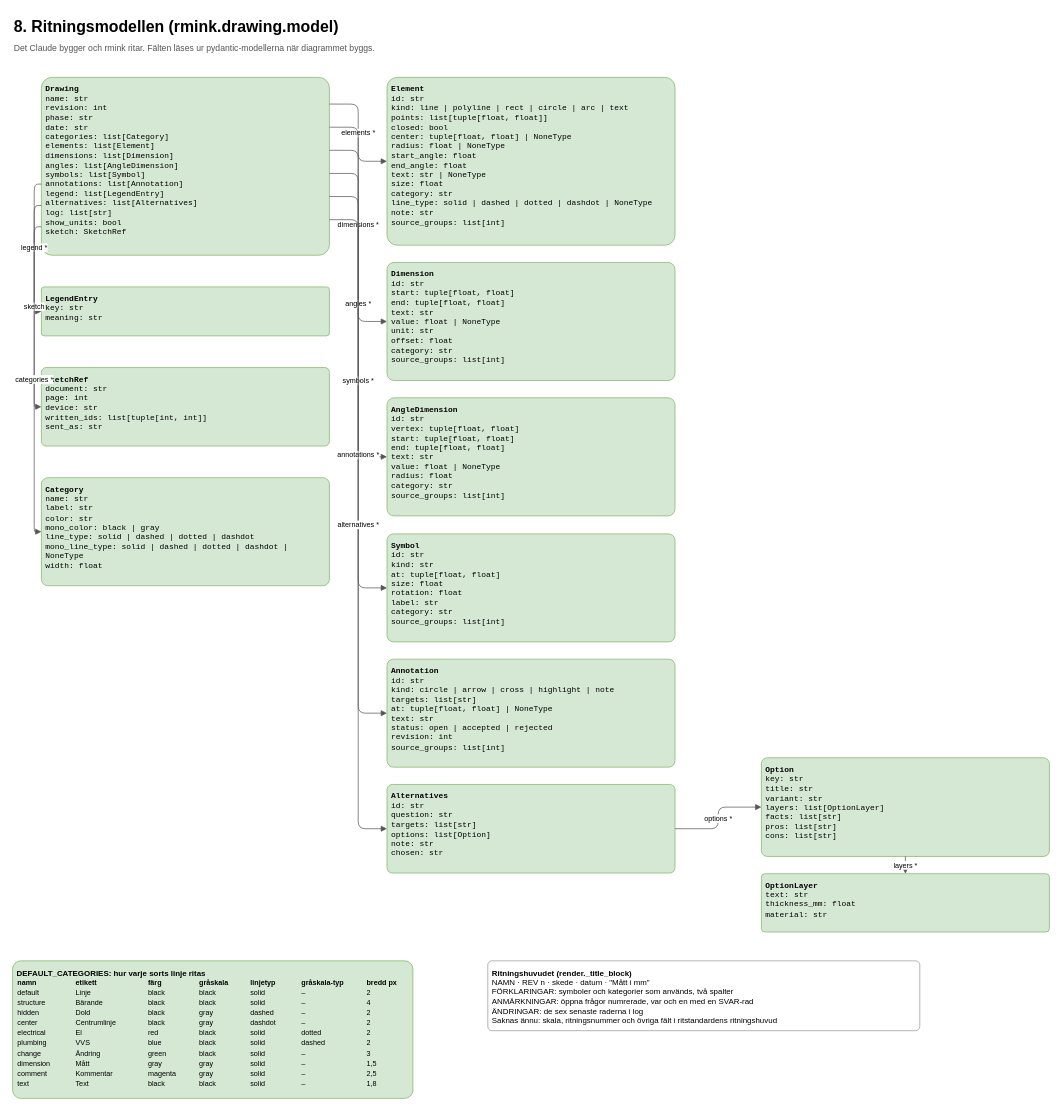
Earlier version of the draw.io diagram docs/diagrams/08-ritningsmodellen.drawio (thagvall/rmink). Source tidied: cells renumbered, new cells numbered last; positions are measured from the earlier drawing's top-left corner, leaving out a move shared by most shapes. Both pictures are drawn from the tidied source at 72%, with x=0, y=0 at pixel (12, 12).
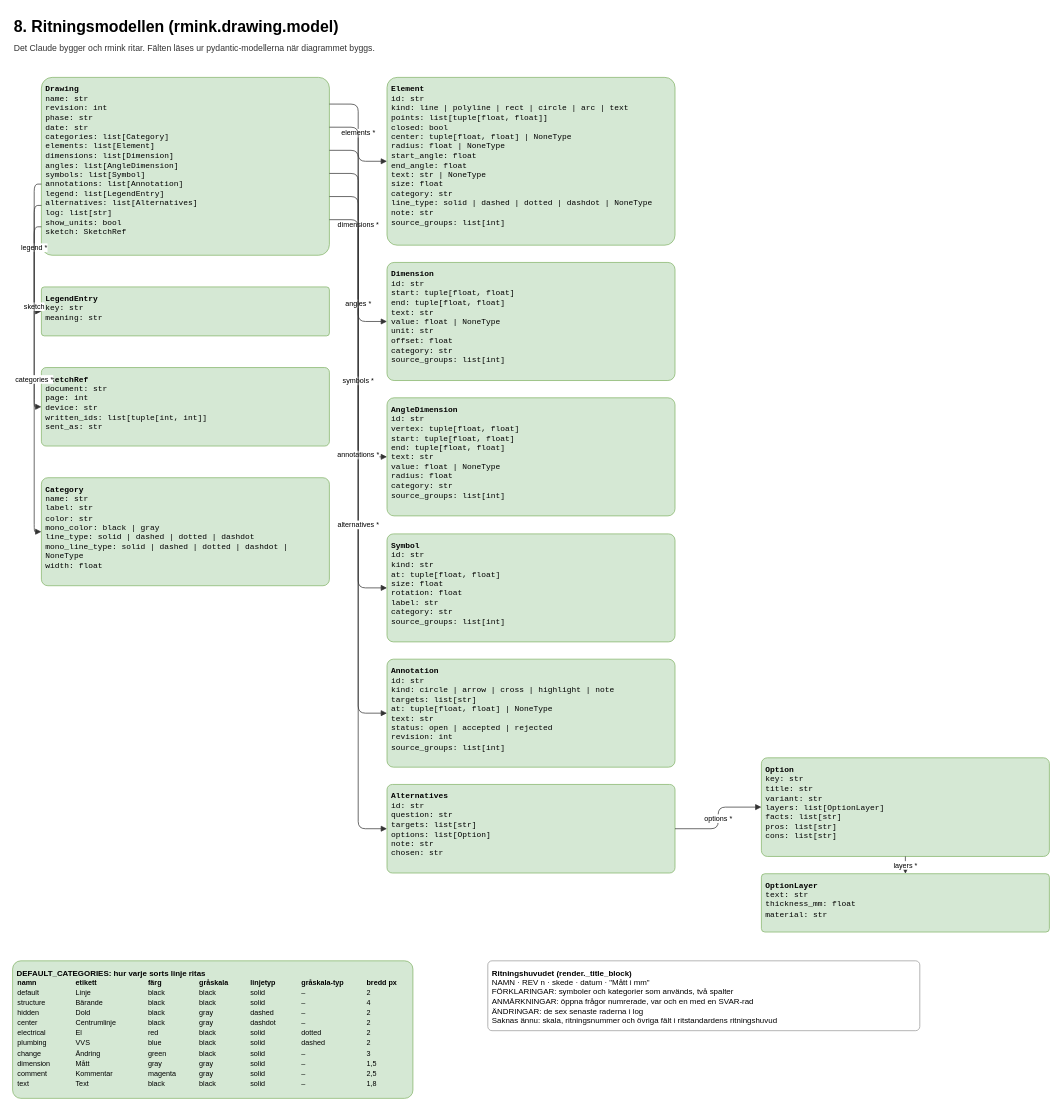
The same diagram, later.

The change refers to these unchanged cells:
```xml
<mxCell id="4" value="&lt;b&gt;Drawing&lt;/b&gt;&lt;br&gt;name: str&lt;br&gt;revision: int&lt;br&gt;phase: str&lt;br&gt;date: str&lt;br&gt;categories: list[Category]&lt;br&gt;elements: list[Element]&lt;br&gt;dimensions: list[Dimension]&lt;br&gt;angles: list[AngleDimension]&lt;br&gt;symbols: list[Symbol]&lt;br&gt;annotations: list[Annotation]&lt;br&gt;legend: list[LegendEntry]&lt;br&gt;alternatives: list[Alternatives]&lt;br&gt;log: list[str]&lt;br&gt;show_units: bool&lt;br&gt;sketch: SketchRef" style="rounded=1;arcSize=6;whiteSpace=wrap;html=1;fillColor=#d5e8d4;strokeColor=#82b366;fontFamily=Helvetica;fontSize=11;align=left;verticalAlign=top;spacing=6;fontFamily=Courier New;" parent="1" vertex="1">
  <mxGeometry x="40" y="90" width="400" height="247" as="geometry" />
</mxCell>
<mxCell id="5" value="&lt;b&gt;LegendEntry&lt;/b&gt;&lt;br&gt;key: str&lt;br&gt;meaning: str" style="rounded=1;arcSize=6;whiteSpace=wrap;html=1;fillColor=#d5e8d4;strokeColor=#82b366;fontFamily=Helvetica;fontSize=11;align=left;verticalAlign=top;spacing=6;fontFamily=Courier New;" parent="1" vertex="1">
  <mxGeometry x="40" y="381" width="400" height="68" as="geometry" />
</mxCell>
<mxCell id="6" value="&lt;b&gt;SketchRef&lt;/b&gt;&lt;br&gt;document: str&lt;br&gt;page: int&lt;br&gt;device: str&lt;br&gt;written_ids: list[tuple[int, int]]&lt;br&gt;sent_as: str" style="rounded=1;arcSize=6;whiteSpace=wrap;html=1;fillColor=#d5e8d4;strokeColor=#82b366;fontFamily=Helvetica;fontSize=11;align=left;verticalAlign=top;spacing=6;fontFamily=Courier New;" parent="1" vertex="1">
  <mxGeometry x="40" y="493" width="400" height="109" as="geometry" />
</mxCell>
<mxCell id="7" value="&lt;b&gt;Category&lt;/b&gt;&lt;br&gt;name: str&lt;br&gt;label: str&lt;br&gt;color: str&lt;br&gt;mono_color: black | gray&lt;br&gt;line_type: solid | dashed | dotted | dashdot&lt;br&gt;mono_line_type: solid | dashed | dotted | dashdot | NoneType&lt;br&gt;width: float" style="rounded=1;arcSize=6;whiteSpace=wrap;html=1;fillColor=#d5e8d4;strokeColor=#82b366;fontFamily=Helvetica;fontSize=11;align=left;verticalAlign=top;spacing=6;fontFamily=Courier New;" parent="1" vertex="1">
  <mxGeometry x="40" y="646" width="400" height="150" as="geometry" />
</mxCell>
<mxCell id="8" value="&lt;b&gt;Element&lt;/b&gt;&lt;br&gt;id: str&lt;br&gt;kind: line | polyline | rect | circle | arc | text&lt;br&gt;points: list[tuple[float, float]]&lt;br&gt;closed: bool&lt;br&gt;center: tuple[float, float] | NoneType&lt;br&gt;radius: float | NoneType&lt;br&gt;start_angle: float&lt;br&gt;end_angle: float&lt;br&gt;text: str | NoneType&lt;br&gt;size: float&lt;br&gt;category: str&lt;br&gt;line_type: solid | dashed | dotted | dashdot | NoneType&lt;br&gt;note: str&lt;br&gt;source_groups: list[int]" style="rounded=1;arcSize=6;whiteSpace=wrap;html=1;fillColor=#d5e8d4;strokeColor=#82b366;fontFamily=Helvetica;fontSize=11;align=left;verticalAlign=top;spacing=6;fontFamily=Courier New;" parent="1" vertex="1">
  <mxGeometry x="520" y="90" width="400" height="233" as="geometry" />
</mxCell>
<mxCell id="9" value="&lt;b&gt;Dimension&lt;/b&gt;&lt;br&gt;id: str&lt;br&gt;start: tuple[float, float]&lt;br&gt;end: tuple[float, float]&lt;br&gt;text: str&lt;br&gt;value: float | NoneType&lt;br&gt;unit: str&lt;br&gt;offset: float&lt;br&gt;category: str&lt;br&gt;source_groups: list[int]" style="rounded=1;arcSize=6;whiteSpace=wrap;html=1;fillColor=#d5e8d4;strokeColor=#82b366;fontFamily=Helvetica;fontSize=11;align=left;verticalAlign=top;spacing=6;fontFamily=Courier New;" parent="1" vertex="1">
  <mxGeometry x="520" y="347" width="400" height="164" as="geometry" />
</mxCell>
<mxCell id="10" value="&lt;b&gt;AngleDimension&lt;/b&gt;&lt;br&gt;id: str&lt;br&gt;vertex: tuple[float, float]&lt;br&gt;start: tuple[float, float]&lt;br&gt;end: tuple[float, float]&lt;br&gt;text: str&lt;br&gt;value: float | NoneType&lt;br&gt;radius: float&lt;br&gt;category: str&lt;br&gt;source_groups: list[int]" style="rounded=1;arcSize=6;whiteSpace=wrap;html=1;fillColor=#d5e8d4;strokeColor=#82b366;fontFamily=Helvetica;fontSize=11;align=left;verticalAlign=top;spacing=6;fontFamily=Courier New;" parent="1" vertex="1">
  <mxGeometry x="520" y="535" width="400" height="164" as="geometry" />
</mxCell>
<mxCell id="11" value="&lt;b&gt;Symbol&lt;/b&gt;&lt;br&gt;id: str&lt;br&gt;kind: str&lt;br&gt;at: tuple[float, float]&lt;br&gt;size: float&lt;br&gt;rotation: float&lt;br&gt;label: str&lt;br&gt;category: str&lt;br&gt;source_groups: list[int]" style="rounded=1;arcSize=6;whiteSpace=wrap;html=1;fillColor=#d5e8d4;strokeColor=#82b366;fontFamily=Helvetica;fontSize=11;align=left;verticalAlign=top;spacing=6;fontFamily=Courier New;" parent="1" vertex="1">
  <mxGeometry x="520" y="724" width="400" height="150" as="geometry" />
</mxCell>
<mxCell id="12" value="&lt;b&gt;Annotation&lt;/b&gt;&lt;br&gt;id: str&lt;br&gt;kind: circle | arrow | cross | highlight | note&lt;br&gt;targets: list[str]&lt;br&gt;at: tuple[float, float] | NoneType&lt;br&gt;text: str&lt;br&gt;status: open | accepted | rejected&lt;br&gt;revision: int&lt;br&gt;source_groups: list[int]" style="rounded=1;arcSize=6;whiteSpace=wrap;html=1;fillColor=#d5e8d4;strokeColor=#82b366;fontFamily=Helvetica;fontSize=11;align=left;verticalAlign=top;spacing=6;fontFamily=Courier New;" parent="1" vertex="1">
  <mxGeometry x="520" y="898" width="400" height="150" as="geometry" />
</mxCell>
<mxCell id="13" value="&lt;b&gt;Alternatives&lt;/b&gt;&lt;br&gt;id: str&lt;br&gt;question: str&lt;br&gt;targets: list[str]&lt;br&gt;options: list[Option]&lt;br&gt;note: str&lt;br&gt;chosen: str" style="rounded=1;arcSize=6;whiteSpace=wrap;html=1;fillColor=#d5e8d4;strokeColor=#82b366;fontFamily=Helvetica;fontSize=11;align=left;verticalAlign=top;spacing=6;fontFamily=Courier New;" parent="1" vertex="1">
  <mxGeometry x="520" y="1072" width="400" height="123" as="geometry" />
</mxCell>
<mxCell id="14" value="&lt;b&gt;Option&lt;/b&gt;&lt;br&gt;key: str&lt;br&gt;title: str&lt;br&gt;variant: str&lt;br&gt;layers: list[OptionLayer]&lt;br&gt;facts: list[str]&lt;br&gt;pros: list[str]&lt;br&gt;cons: list[str]" style="rounded=1;arcSize=6;whiteSpace=wrap;html=1;fillColor=#d5e8d4;strokeColor=#82b366;fontFamily=Helvetica;fontSize=11;align=left;verticalAlign=top;spacing=6;fontFamily=Courier New;" parent="1" vertex="1">
  <mxGeometry x="1040" y="1035" width="400" height="137" as="geometry" />
</mxCell>
<mxCell id="15" value="&lt;b&gt;OptionLayer&lt;/b&gt;&lt;br&gt;text: str&lt;br&gt;thickness_mm: float&lt;br&gt;material: str" style="rounded=1;arcSize=6;whiteSpace=wrap;html=1;fillColor=#d5e8d4;strokeColor=#82b366;fontFamily=Helvetica;fontSize=11;align=left;verticalAlign=top;spacing=6;fontFamily=Courier New;" parent="1" vertex="1">
  <mxGeometry x="1040" y="1196" width="400" height="81" as="geometry" />
</mxCell>
```

Diff of the diagram source:
```diff
@@
-<mxGraphModel>
+<mxGraphModel background="#ffffff">
@@
-    <mxCell id="3" value="Det Claude bygger och rmink ritar. Fälten läses ur pydantic-modellerna när diagrammet byggs." style="text;html=1;whiteSpace=wrap;fontFamily=Helvetica;fontSize=12;fontColor=#555555;align=left;verticalAlign=top;spacing=2;" parent="1" vertex="1">
+    <mxCell id="3" value="Det Claude bygger och rmink ritar. Fälten läses ur pydantic-modellerna när diagrammet byggs." style="text;html=1;whiteSpace=wrap;fontFamily=Helvetica;fontSize=12;fontColor=#333333;align=left;verticalAlign=top;spacing=2;" parent="1" vertex="1">
       <mxGeometry y="36" width="1400" height="22" as="geometry" />
     </mxCell>
@@
-    <mxCell id="16" value="elements *" style="edgeStyle=orthogonalEdgeStyle;rounded=1;html=1;fontFamily=Helvetica;fontSize=10;strokeColor=#555555;endArrow=block;endFill=1;labelBackgroundColor=#ffffff;exitX=1;exitY=0.15;exitDx=0;exitDy=0;entryX=0;entryY=0.5;entryDx=0;entryDy=0;" parent="1" edge="1" source="4" target="8">
+    <mxCell id="16" value="elements *" style="edgeStyle=orthogonalEdgeStyle;rounded=1;html=1;fontFamily=Helvetica;fontSize=10;strokeColor=#333333;endArrow=block;endFill=1;labelBackgroundColor=#ffffff;exitX=1;exitY=0.15;exitDx=0;exitDy=0;entryX=0;entryY=0.5;entryDx=0;entryDy=0;" parent="1" edge="1" source="4" target="8">
       <mxGeometry relative="1" as="geometry" />
     </mxCell>
-    <mxCell id="17" value="dimensions *" style="edgeStyle=orthogonalEdgeStyle;rounded=1;html=1;fontFamily=Helvetica;fontSize=10;strokeColor=#555555;endArrow=block;endFill=1;labelBackgroundColor=#ffffff;exitX=1;exitY=0.28;exitDx=0;exitDy=0;entryX=0;entryY=0.5;entryDx=0;entryDy=0;" parent="1" edge="1" source="4" target="9">
+    <mxCell id="17" value="dimensions *" style="edgeStyle=orthogonalEdgeStyle;rounded=1;html=1;fontFamily=Helvetica;fontSize=10;strokeColor=#333333;endArrow=block;endFill=1;labelBackgroundColor=#ffffff;exitX=1;exitY=0.28;exitDx=0;exitDy=0;entryX=0;entryY=0.5;entryDx=0;entryDy=0;" parent="1" edge="1" source="4" target="9">
       <mxGeometry relative="1" as="geometry" />
     </mxCell>
-    <mxCell id="18" value="angles *" style="edgeStyle=orthogonalEdgeStyle;rounded=1;html=1;fontFamily=Helvetica;fontSize=10;strokeColor=#555555;endArrow=block;endFill=1;labelBackgroundColor=#ffffff;exitX=1;exitY=0.41000000000000003;exitDx=0;exitDy=0;entryX=0;entryY=0.5;entryDx=0;entryDy=0;" parent="1" edge="1" source="4" target="10">
+    <mxCell id="18" value="angles *" style="edgeStyle=orthogonalEdgeStyle;rounded=1;html=1;fontFamily=Helvetica;fontSize=10;strokeColor=#333333;endArrow=block;endFill=1;labelBackgroundColor=#ffffff;exitX=1;exitY=0.41000000000000003;exitDx=0;exitDy=0;entryX=0;entryY=0.5;entryDx=0;entryDy=0;" parent="1" edge="1" source="4" target="10">
       <mxGeometry relative="1" as="geometry" />
     </mxCell>
-    <mxCell id="19" value="symbols *" style="edgeStyle=orthogonalEdgeStyle;rounded=1;html=1;fontFamily=Helvetica;fontSize=10;strokeColor=#555555;endArrow=block;endFill=1;labelBackgroundColor=#ffffff;exitX=1;exitY=0.54;exitDx=0;exitDy=0;entryX=0;entryY=0.5;entryDx=0;entryDy=0;" parent="1" edge="1" source="4" target="11">
+    <mxCell id="19" value="symbols *" style="edgeStyle=orthogonalEdgeStyle;rounded=1;html=1;fontFamily=Helvetica;fontSize=10;strokeColor=#333333;endArrow=block;endFill=1;labelBackgroundColor=#ffffff;exitX=1;exitY=0.54;exitDx=0;exitDy=0;entryX=0;entryY=0.5;entryDx=0;entryDy=0;" parent="1" edge="1" source="4" target="11">
       <mxGeometry relative="1" as="geometry" />
     </mxCell>
-    <mxCell id="20" value="annotations *" style="edgeStyle=orthogonalEdgeStyle;rounded=1;html=1;fontFamily=Helvetica;fontSize=10;strokeColor=#555555;endArrow=block;endFill=1;labelBackgroundColor=#ffffff;exitX=1;exitY=0.67;exitDx=0;exitDy=0;entryX=0;entryY=0.5;entryDx=0;entryDy=0;" parent="1" edge="1" source="4" target="12">
+    <mxCell id="20" value="annotations *" style="edgeStyle=orthogonalEdgeStyle;rounded=1;html=1;fontFamily=Helvetica;fontSize=10;strokeColor=#333333;endArrow=block;endFill=1;labelBackgroundColor=#ffffff;exitX=1;exitY=0.67;exitDx=0;exitDy=0;entryX=0;entryY=0.5;entryDx=0;entryDy=0;" parent="1" edge="1" source="4" target="12">
       <mxGeometry relative="1" as="geometry" />
     </mxCell>
-    <mxCell id="21" value="alternatives *" style="edgeStyle=orthogonalEdgeStyle;rounded=1;html=1;fontFamily=Helvetica;fontSize=10;strokeColor=#555555;endArrow=block;endFill=1;labelBackgroundColor=#ffffff;exitX=1;exitY=0.8;exitDx=0;exitDy=0;entryX=0;entryY=0.5;entryDx=0;entryDy=0;" parent="1" edge="1" source="4" target="13">
+    <mxCell id="21" value="alternatives *" style="edgeStyle=orthogonalEdgeStyle;rounded=1;html=1;fontFamily=Helvetica;fontSize=10;strokeColor=#333333;endArrow=block;endFill=1;labelBackgroundColor=#ffffff;exitX=1;exitY=0.8;exitDx=0;exitDy=0;entryX=0;entryY=0.5;entryDx=0;entryDy=0;" parent="1" edge="1" source="4" target="13">
       <mxGeometry relative="1" as="geometry" />
     </mxCell>
-    <mxCell id="22" value="legend *" style="edgeStyle=orthogonalEdgeStyle;rounded=1;html=1;fontFamily=Helvetica;fontSize=10;strokeColor=#555555;endArrow=block;endFill=1;labelBackgroundColor=#ffffff;exitX=0;exitY=0.6;exitDx=0;exitDy=0;entryX=0;entryY=0.5;entryDx=0;entryDy=0;" parent="1" edge="1" source="4" target="5">
+    <mxCell id="22" value="legend *" style="edgeStyle=orthogonalEdgeStyle;rounded=1;html=1;fontFamily=Helvetica;fontSize=10;strokeColor=#333333;endArrow=block;endFill=1;labelBackgroundColor=#ffffff;exitX=0;exitY=0.6;exitDx=0;exitDy=0;entryX=0;entryY=0.5;entryDx=0;entryDy=0;" parent="1" edge="1" source="4" target="5">
       <mxGeometry relative="1" as="geometry" />
     </mxCell>
-    <mxCell id="23" value="sketch" style="edgeStyle=orthogonalEdgeStyle;rounded=1;html=1;fontFamily=Helvetica;fontSize=10;strokeColor=#555555;endArrow=block;endFill=1;labelBackgroundColor=#ffffff;exitX=0;exitY=0.72;exitDx=0;exitDy=0;entryX=0;entryY=0.5;entryDx=0;entryDy=0;" parent="1" edge="1" source="4" target="6">
+    <mxCell id="23" value="sketch" style="edgeStyle=orthogonalEdgeStyle;rounded=1;html=1;fontFamily=Helvetica;fontSize=10;strokeColor=#333333;endArrow=block;endFill=1;labelBackgroundColor=#ffffff;exitX=0;exitY=0.72;exitDx=0;exitDy=0;entryX=0;entryY=0.5;entryDx=0;entryDy=0;" parent="1" edge="1" source="4" target="6">
       <mxGeometry relative="1" as="geometry" />
     </mxCell>
-    <mxCell id="24" value="categories *" style="edgeStyle=orthogonalEdgeStyle;rounded=1;html=1;fontFamily=Helvetica;fontSize=10;strokeColor=#555555;endArrow=block;endFill=1;labelBackgroundColor=#ffffff;exitX=0;exitY=0.84;exitDx=0;exitDy=0;entryX=0;entryY=0.5;entryDx=0;entryDy=0;" parent="1" edge="1" source="4" target="7">
+    <mxCell id="24" value="categories *" style="edgeStyle=orthogonalEdgeStyle;rounded=1;html=1;fontFamily=Helvetica;fontSize=10;strokeColor=#333333;endArrow=block;endFill=1;labelBackgroundColor=#ffffff;exitX=0;exitY=0.84;exitDx=0;exitDy=0;entryX=0;entryY=0.5;entryDx=0;entryDy=0;" parent="1" edge="1" source="4" target="7">
       <mxGeometry relative="1" as="geometry" />
     </mxCell>
-    <mxCell id="25" value="options *" style="edgeStyle=orthogonalEdgeStyle;rounded=1;html=1;fontFamily=Helvetica;fontSize=10;strokeColor=#555555;endArrow=block;endFill=1;labelBackgroundColor=#ffffff;exitX=1;exitY=0.5;exitDx=0;exitDy=0;entryX=0;entryY=0.5;entryDx=0;entryDy=0;" parent="1" edge="1" source="13" target="14">
+    <mxCell id="25" value="options *" style="edgeStyle=orthogonalEdgeStyle;rounded=1;html=1;fontFamily=Helvetica;fontSize=10;strokeColor=#333333;endArrow=block;endFill=1;labelBackgroundColor=#ffffff;exitX=1;exitY=0.5;exitDx=0;exitDy=0;entryX=0;entryY=0.5;entryDx=0;entryDy=0;" parent="1" edge="1" source="13" target="14">
       <mxGeometry relative="1" as="geometry" />
     </mxCell>
-    <mxCell id="26" value="layers *" style="edgeStyle=orthogonalEdgeStyle;rounded=1;html=1;fontFamily=Helvetica;fontSize=10;strokeColor=#555555;endArrow=block;endFill=1;labelBackgroundColor=#ffffff;exitX=0.5;exitY=1;exitDx=0;exitDy=0;entryX=0.5;entryY=0;entryDx=0;entryDy=0;" parent="1" edge="1" source="14" target="15">
+    <mxCell id="26" value="layers *" style="edgeStyle=orthogonalEdgeStyle;rounded=1;html=1;fontFamily=Helvetica;fontSize=10;strokeColor=#333333;endArrow=block;endFill=1;labelBackgroundColor=#ffffff;exitX=0.5;exitY=1;exitDx=0;exitDy=0;entryX=0.5;entryY=0;entryDx=0;entryDy=0;" parent="1" edge="1" source="14" target="15">
       <mxGeometry relative="1" as="geometry" />
     </mxCell>
```
